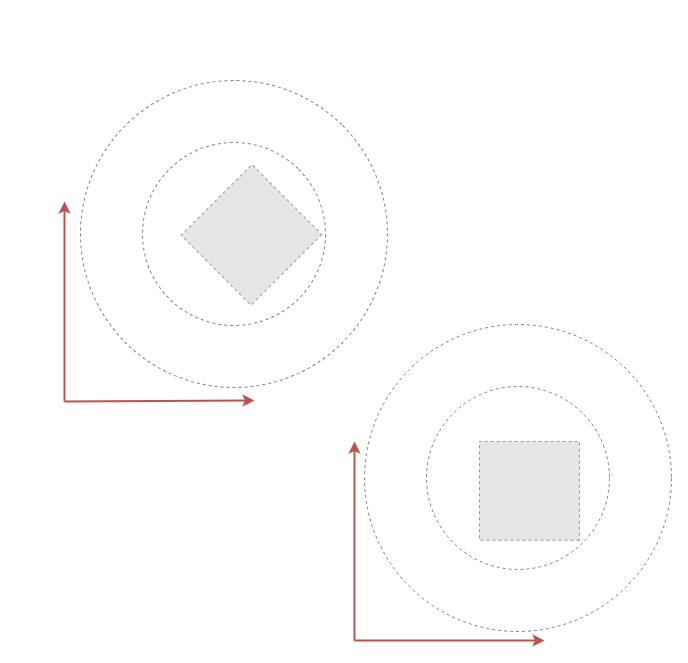
Before: page "allo" (2 of 2) of docs/2023-04-04_NSPG/img/ego-vs-allo.drawio in NiloufarRazmi/RL_Olfaction, a draw.io diagram. Source tidied: cells renumbered, new cells numbered last; positions are measured from the earlier drawing's top-left corner, leaving out a move shared by most shapes. Both pictures are drawn from the tidied source at 100%, with x=0, y=0 at pixel (64, 80). Pictures stored in the file or linked from it are replaced by grey dashed boxes.
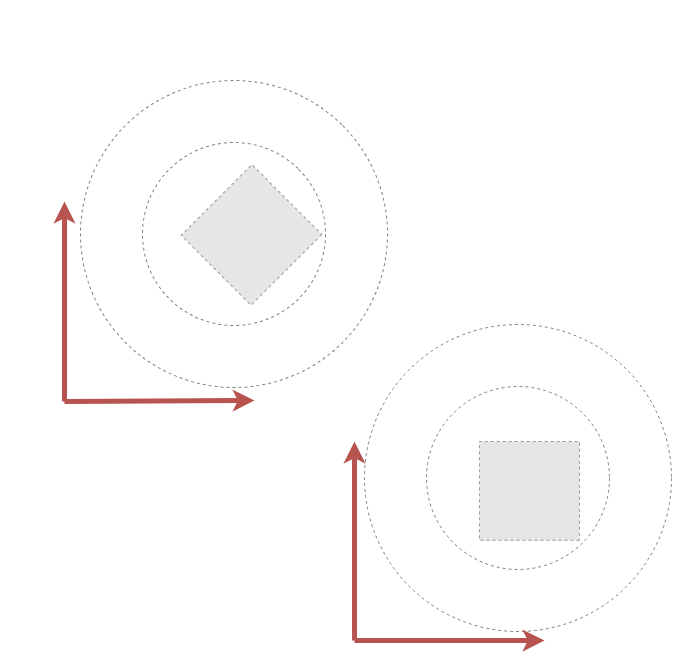
The same diagram, later.

Diff of the diagram source:
```diff
@@
 <mxGraphModel>
   <root>
     <mxCell id="0" />
     <mxCell id="1" parent="0" />
     <mxCell id="2" style="ellipse;whiteSpace=wrap;html=1;dashed=1;strokeColor=#808080;rotation=-45;" parent="1" vertex="1">
       <mxGeometry x="16" width="307" height="307" as="geometry" />
     </mxCell>
     <mxCell id="3" style="ellipse;whiteSpace=wrap;html=1;dashed=1;strokeColor=#808080;rotation=-45;" parent="1" vertex="1">
       <mxGeometry x="78" y="62" width="183" height="183" as="geometry" />
     </mxCell>
     <mxCell id="4" style="fillColor=#E6E6E6;strokeColor=#999999;dashed=1;rotation=-225;" parent="1" vertex="1">
       <mxGeometry x="137" y="105" width="100" height="98.8" as="geometry" />
     </mxCell>
-    <mxCell id="5" style="endArrow=classic;html=1;rounded=0;fillColor=#f8cecc;strokeColor=#b85450;strokeWidth=2;" parent="1" edge="1">
+    <mxCell id="5" style="endArrow=classic;html=1;rounded=0;fillColor=#f8cecc;strokeColor=#b85450;strokeWidth=5;" parent="1" edge="1">
       <mxGeometry relative="1" as="geometry">
         <mxPoint y="321" as="sourcePoint" />
         <mxPoint x="190" y="320" as="targetPoint" />
       </mxGeometry>
     </mxCell>
-    <mxCell id="6" style="endArrow=classic;html=1;rounded=0;fillColor=#f8cecc;strokeColor=#b85450;strokeWidth=2;" parent="1" edge="1">
+    <mxCell id="6" style="endArrow=classic;html=1;rounded=0;fillColor=#f8cecc;strokeColor=#b85450;strokeWidth=5;" parent="1" edge="1">
       <mxGeometry relative="1" as="geometry">
         <mxPoint y="321" as="sourcePoint" />
         <mxPoint y="121" as="targetPoint" />
       </mxGeometry>
     </mxCell>
     <mxCell id="7" style="ellipse;whiteSpace=wrap;html=1;dashed=1;strokeColor=#808080;" parent="1" vertex="1">
       <mxGeometry x="300" y="244" width="307" height="307" as="geometry" />
     </mxCell>
     <mxCell id="8" style="ellipse;whiteSpace=wrap;html=1;dashed=1;strokeColor=#808080;" parent="1" vertex="1">
       <mxGeometry x="362" y="306" width="183" height="183" as="geometry" />
     </mxCell>
     <mxCell id="9" style="fillColor=#E6E6E6;strokeColor=#999999;dashed=1;rotation=-180;" parent="1" vertex="1">
       <mxGeometry x="415" y="361" width="100" height="98.8" as="geometry" />
     </mxCell>
-    <mxCell id="10" style="endArrow=classic;html=1;rounded=0;fillColor=#f8cecc;strokeColor=#b85450;strokeWidth=2;" parent="1" edge="1">
+    <mxCell id="10" style="endArrow=classic;html=1;rounded=0;fillColor=#f8cecc;strokeColor=#b85450;strokeWidth=5;" parent="1" edge="1">
       <mxGeometry relative="1" as="geometry">
         <mxPoint x="290" y="560" as="sourcePoint" />
         <mxPoint x="480" y="560.1" as="targetPoint" />
       </mxGeometry>
     </mxCell>
-    <mxCell id="11" style="endArrow=classic;html=1;rounded=0;fillColor=#f8cecc;strokeColor=#b85450;strokeWidth=2;" parent="1" edge="1">
+    <mxCell id="11" style="endArrow=classic;html=1;rounded=0;fillColor=#f8cecc;strokeColor=#b85450;strokeWidth=5;" parent="1" edge="1">
       <mxGeometry relative="1" as="geometry">
         <mxPoint x="290" y="560" as="sourcePoint" />
         <mxPoint x="290" y="361" as="targetPoint" />
       </mxGeometry>
     </mxCell>
   </root>
 </mxGraphModel>
```
